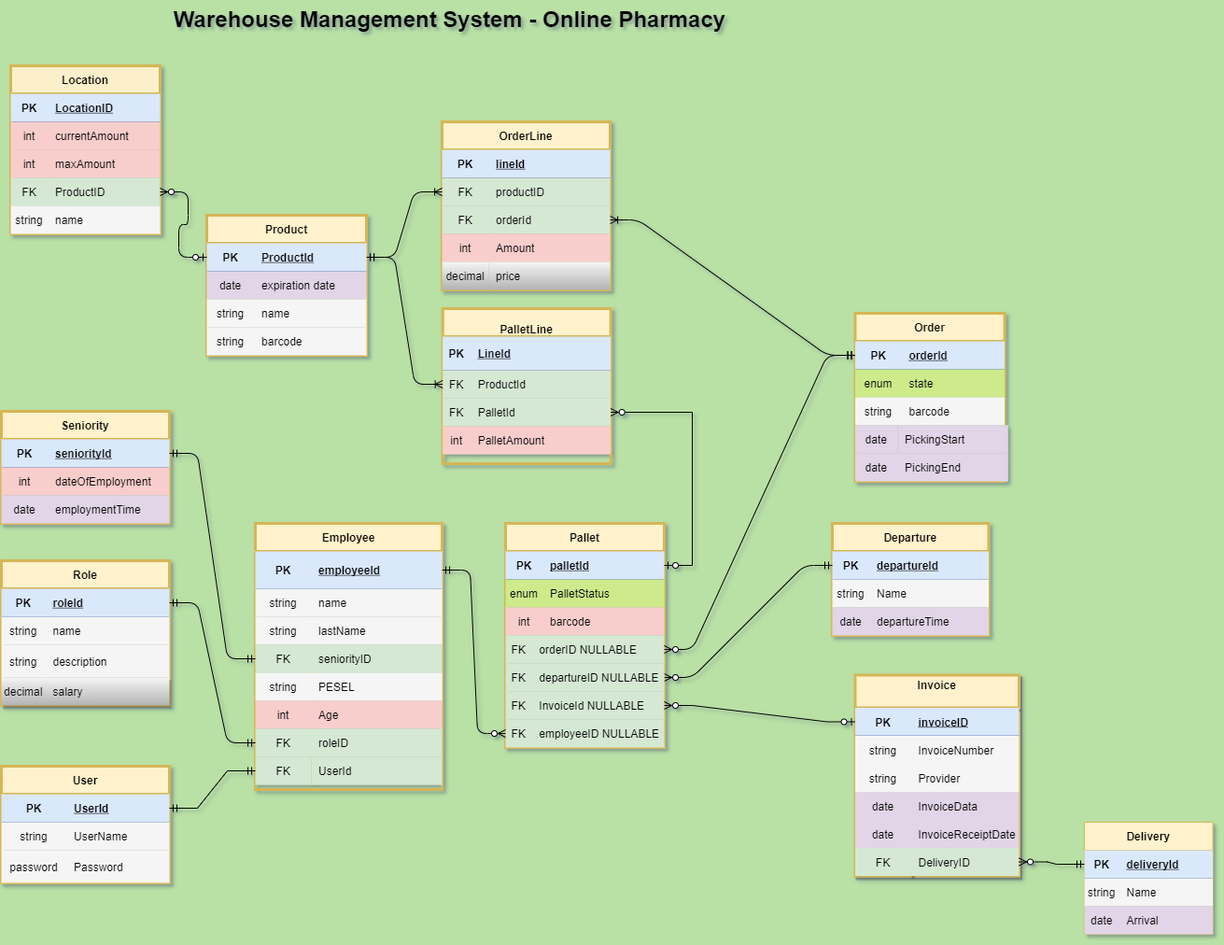
The draw.io diagram ProjectPlan/wms-database-final.png in dgaweda/warehouse-management-system, before a commit. Source tidied: cells renumbered, new cells last; positions are measured from the earlier drawing's top-left corner, leaving out a move shared by most shapes.
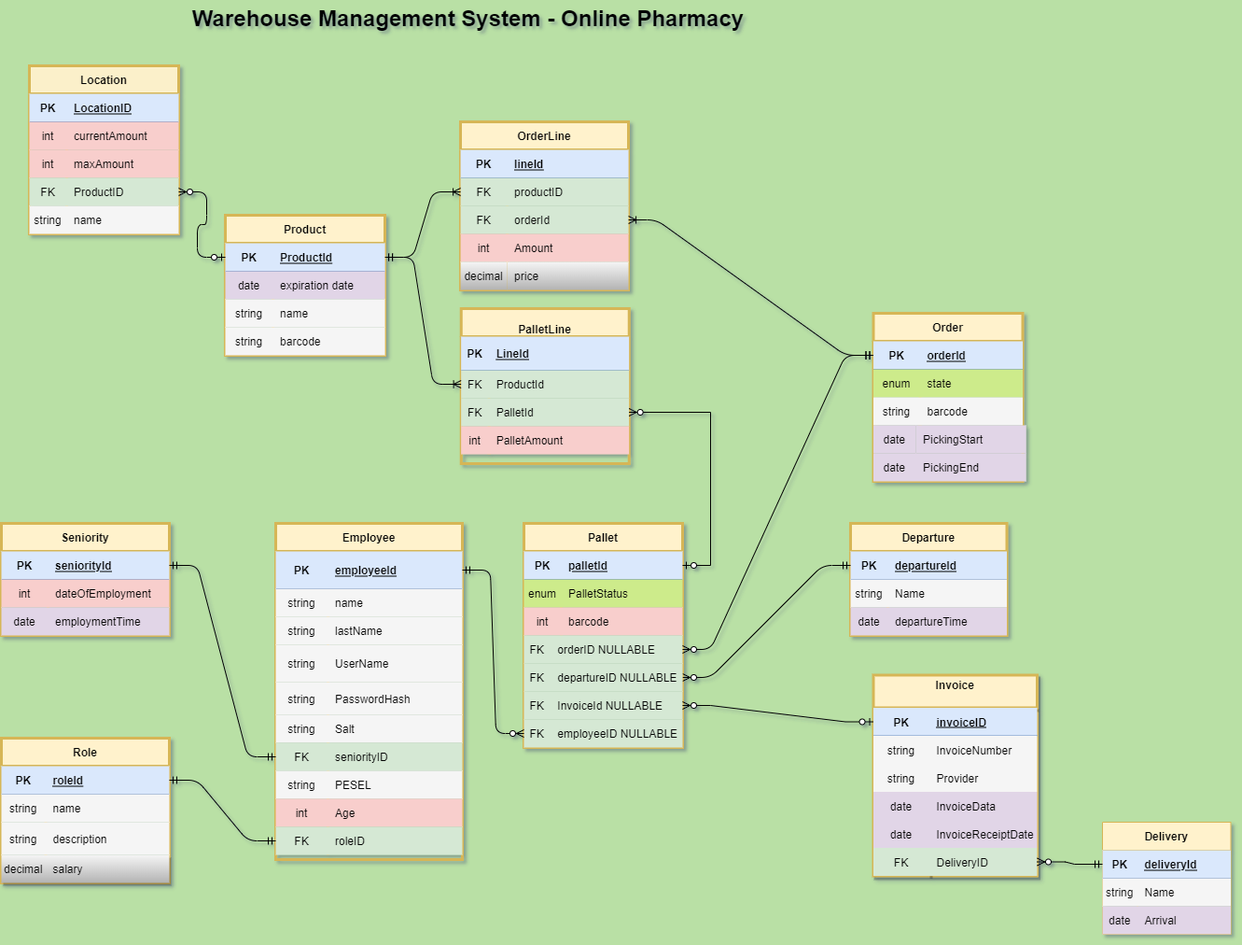
The same diagram one commit later.

Commit message:
Naming Changes + Db Schema update

Change to the diagram source:
```diff
@@ -6,7 +6,7 @@
       <mxGeometry x="430" width="100" height="40" as="geometry" />
     </mxCell>
     <mxCell id="3" value="Role" style="shape=table;startSize=30;rowLines=0;fontStyle=1;align=center;fillColor=#fff2cc;strokeColor=#d6b656;strokeWidth=3;" parent="1" vertex="1">
-      <mxGeometry y="600" width="180" height="155" as="geometry" />
+      <mxGeometry x="-20" y="790" width="180" height="155" as="geometry" />
     </mxCell>
     <mxCell id="4" style="shape=partialRectangle;fillColor=#dae8fc;top=0;left=0;bottom=1;right=0;points=[[0,0.5],[1,0.5]];portConstraint=eastwest;strokeColor=#6c8ebf;" parent="3" vertex="1">
       <mxGeometry y="30" width="180" height="30" as="geometry" />
@@ -105,80 +105,98 @@
       <mxGeometry x="40" width="127.5" height="30" as="geometry" />
     </mxCell>
     <mxCell id="36" value="Employee" style="shape=table;startSize=30;rowLines=0;fontStyle=1;align=center;fillColor=#fff2cc;strokeColor=#d6b656;strokeWidth=3;" parent="1" vertex="1">
-      <mxGeometry x="272.1" y="560" width="200" height="285" as="geometry" />
+      <mxGeometry x="274" y="560" width="200" height="360" as="geometry" />
     </mxCell>
     <mxCell id="37" style="shape=partialRectangle;fillColor=#dae8fc;top=0;left=0;bottom=1;right=0;points=[[0,0.5],[1,0.5]];portConstraint=eastwest;strokeColor=#6c8ebf;" parent="36" vertex="1">
       <mxGeometry y="30" width="200" height="40" as="geometry" />
     </mxCell>
     <mxCell id="38" value="PK" style="shape=partialRectangle;fillColor=none;top=0;left=0;bottom=0;right=0;fontStyle=1;overflow=hidden;" parent="37" vertex="1">
-      <mxGeometry width="60" height="40" as="geometry" />
+      <mxGeometry width="56" height="40" as="geometry" />
     </mxCell>
     <mxCell id="39" value="employeeId" style="shape=partialRectangle;fillColor=none;top=0;left=0;bottom=0;right=0;align=left;spacingLeft=6;fontStyle=5;overflow=hidden;" parent="37" vertex="1">
-      <mxGeometry x="60" width="140" height="40" as="geometry" />
+      <mxGeometry x="56" width="144" height="40" as="geometry" />
     </mxCell>
     <mxCell id="40" style="shape=partialRectangle;fillColor=#f5f5f5;top=0;left=0;bottom=0;right=0;strokeColor=#666666;fontColor=#333333;" parent="36" vertex="1">
       <mxGeometry y="70" width="200" height="30" as="geometry" />
     </mxCell>
     <mxCell id="41" value="string" style="shape=partialRectangle;fillColor=none;top=0;left=0;bottom=0;right=0;overflow=hidden;" parent="40" vertex="1">
-      <mxGeometry width="60" height="30" as="geometry" />
+      <mxGeometry width="56" height="30" as="geometry" />
     </mxCell>
     <mxCell id="42" value="name" style="shape=partialRectangle;fillColor=none;top=0;left=0;bottom=0;right=0;align=left;spacingLeft=6;overflow=hidden;" parent="40" vertex="1">
-      <mxGeometry x="60" width="140" height="30" as="geometry" />
+      <mxGeometry x="56" width="144" height="30" as="geometry" />
     </mxCell>
     <mxCell id="43" style="shape=partialRectangle;fillColor=#f5f5f5;top=0;left=0;bottom=0;right=0;strokeColor=#666666;fontColor=#333333;" parent="36" vertex="1">
       <mxGeometry y="100" width="200" height="30" as="geometry" />
     </mxCell>
     <mxCell id="44" value="string" style="shape=partialRectangle;fillColor=none;top=0;left=0;bottom=0;right=0;overflow=hidden;" parent="43" vertex="1">
-      <mxGeometry width="60" height="30" as="geometry" />
+      <mxGeometry width="56" height="30" as="geometry" />
     </mxCell>
     <mxCell id="45" value="lastName" style="shape=partialRectangle;fillColor=none;top=0;left=0;bottom=0;right=0;align=left;spacingLeft=6;overflow=hidden;" parent="43" vertex="1">
-      <mxGeometry x="60" width="140" height="30" as="geometry" />
+      <mxGeometry x="56" width="144" height="30" as="geometry" />
     </mxCell>
+    <mxCell id="204" style="shape=partialRectangle;fillColor=#f5f5f5;top=0;left=0;bottom=0;right=0;strokeColor=#666666;fontColor=#333333;" parent="36" vertex="1">
+      <mxGeometry y="130" width="200" height="40" as="geometry" />
+    </mxCell>
+    <mxCell id="205" value="string" style="shape=partialRectangle;fillColor=none;top=0;left=0;bottom=0;right=0;overflow=hidden;" parent="204" vertex="1">
+      <mxGeometry width="56" height="40" as="geometry" />
+    </mxCell>
+    <mxCell id="206" value="UserName" style="shape=partialRectangle;fillColor=none;top=0;left=0;bottom=0;right=0;align=left;spacingLeft=6;overflow=hidden;" parent="204" vertex="1">
+      <mxGeometry x="56" width="144" height="40" as="geometry" />
+    </mxCell>
+    <mxCell id="207" style="shape=partialRectangle;fillColor=#f5f5f5;top=0;left=0;bottom=0;right=0;strokeColor=#666666;fontColor=#333333;" parent="36" vertex="1">
+      <mxGeometry y="170" width="200" height="35" as="geometry" />
+    </mxCell>
+    <mxCell id="208" value="string" style="shape=partialRectangle;fillColor=none;top=0;left=0;bottom=0;right=0;overflow=hidden;" parent="207" vertex="1">
+      <mxGeometry width="56" height="35" as="geometry" />
+    </mxCell>
+    <mxCell id="209" value="PasswordHash" style="shape=partialRectangle;fillColor=none;top=0;left=0;bottom=0;right=0;align=left;spacingLeft=6;overflow=hidden;" parent="207" vertex="1">
+      <mxGeometry x="56" width="144" height="35" as="geometry" />
+    </mxCell>
+    <mxCell id="211" style="shape=partialRectangle;top=0;left=0;bottom=0;right=0;fillColor=#f5f5f5;fontColor=#333333;strokeColor=#666666;" parent="36" vertex="1">
+      <mxGeometry y="205" width="200" height="30" as="geometry" />
+    </mxCell>
+    <mxCell id="212" value="string" style="shape=partialRectangle;fillColor=none;top=0;left=0;bottom=0;right=0;overflow=hidden;" parent="211" vertex="1">
+      <mxGeometry width="56" height="30" as="geometry" />
+    </mxCell>
+    <mxCell id="213" value="Salt" style="shape=partialRectangle;fillColor=none;top=0;left=0;bottom=0;right=0;align=left;spacingLeft=6;overflow=hidden;" parent="211" vertex="1">
+      <mxGeometry x="56" width="144" height="30" as="geometry" />
+    </mxCell>
     <mxCell id="46" style="shape=partialRectangle;fillColor=#d5e8d4;top=0;left=0;bottom=0;right=0;points=[[0,0.5],[1,0.5]];portConstraint=eastwest;strokeColor=#82b366;" parent="36" vertex="1">
-      <mxGeometry y="130" width="200" height="30" as="geometry" />
+      <mxGeometry y="235" width="200" height="30" as="geometry" />
     </mxCell>
     <mxCell id="47" value="FK" style="shape=partialRectangle;fillColor=none;top=0;left=0;bottom=0;right=0;fontStyle=0;overflow=hidden;" parent="46" vertex="1">
-      <mxGeometry width="60" height="30" as="geometry" />
+      <mxGeometry width="56" height="30" as="geometry" />
     </mxCell>
     <mxCell id="48" value="seniorityID" style="shape=partialRectangle;fillColor=none;top=0;left=0;bottom=0;right=0;align=left;spacingLeft=6;fontStyle=0;overflow=hidden;" parent="46" vertex="1">
-      <mxGeometry x="60" width="140" height="30" as="geometry" />
+      <mxGeometry x="56" width="144" height="30" as="geometry" />
     </mxCell>
     <mxCell id="49" style="shape=partialRectangle;fillColor=#f5f5f5;top=0;left=0;bottom=0;right=0;strokeColor=#666666;fontColor=#333333;" parent="36" vertex="1">
-      <mxGeometry y="160" width="200" height="30" as="geometry" />
+      <mxGeometry y="265" width="200" height="30" as="geometry" />
     </mxCell>
     <mxCell id="50" value="string" style="shape=partialRectangle;fillColor=none;top=0;left=0;bottom=0;right=0;fontStyle=0;overflow=hidden;" parent="49" vertex="1">
-      <mxGeometry width="60" height="30" as="geometry" />
+      <mxGeometry width="56" height="30" as="geometry" />
     </mxCell>
     <mxCell id="51" value="PESEL" style="shape=partialRectangle;fillColor=none;top=0;left=0;bottom=0;right=0;align=left;spacingLeft=6;fontStyle=0;overflow=hidden;" parent="49" vertex="1">
-      <mxGeometry x="60" width="140" height="30" as="geometry" />
+      <mxGeometry x="56" width="144" height="30" as="geometry" />
     </mxCell>
     <mxCell id="52" style="shape=partialRectangle;fillColor=#f8cecc;top=0;left=0;bottom=0;right=0;strokeColor=#b85450;" parent="36" vertex="1">
-      <mxGeometry y="190" width="200" height="30" as="geometry" />
+      <mxGeometry y="295" width="200" height="30" as="geometry" />
     </mxCell>
     <mxCell id="53" value="int" style="shape=partialRectangle;fillColor=none;top=0;left=0;bottom=0;right=0;fontStyle=0;overflow=hidden;" parent="52" vertex="1">
-      <mxGeometry width="60" height="30" as="geometry" />
+      <mxGeometry width="56" height="30" as="geometry" />
     </mxCell>
     <mxCell id="54" value="Age" style="shape=partialRectangle;fillColor=none;top=0;left=0;bottom=0;right=0;align=left;spacingLeft=6;fontStyle=0;overflow=hidden;" parent="52" vertex="1">
-      <mxGeometry x="60" width="140" height="30" as="geometry" />
+      <mxGeometry x="56" width="144" height="30" as="geometry" />
     </mxCell>
     <mxCell id="55" style="shape=partialRectangle;fillColor=#d5e8d4;top=0;left=0;bottom=0;right=0;points=[[0,0.5],[1,0.5]];portConstraint=eastwest;strokeColor=#82b366;" parent="36" vertex="1">
-      <mxGeometry y="220" width="200" height="30" as="geometry" />
+      <mxGeometry y="325" width="200" height="30" as="geometry" />
     </mxCell>
     <mxCell id="56" value="FK" style="shape=partialRectangle;fillColor=none;top=0;left=0;bottom=0;right=0;fontStyle=0;overflow=hidden;" parent="55" vertex="1">
-      <mxGeometry width="60" height="30" as="geometry" />
+      <mxGeometry width="56" height="30" as="geometry" />
     </mxCell>
     <mxCell id="57" value="roleID" style="shape=partialRectangle;fillColor=none;top=0;left=0;bottom=0;right=0;align=left;spacingLeft=6;fontStyle=0;overflow=hidden;" parent="55" vertex="1">
-      <mxGeometry x="60" width="140" height="30" as="geometry" />
+      <mxGeometry x="56" width="144" height="30" as="geometry" />
     </mxCell>
-    <mxCell id="58" style="shape=partialRectangle;fillColor=none;top=0;left=0;bottom=0;right=0;points=[[0,0.5],[1,0.5]];portConstraint=eastwest;" parent="36" vertex="1">
-      <mxGeometry y="250" width="200" height="30" as="geometry" />
-    </mxCell>
-    <mxCell id="59" value="FK" style="shape=partialRectangle;fillColor=#d5e8d4;top=0;left=0;bottom=0;right=0;fontStyle=0;overflow=hidden;strokeColor=#82b366;" parent="58" vertex="1">
-      <mxGeometry width="60" height="30" as="geometry" />
-    </mxCell>
-    <mxCell id="60" value="UserId" style="shape=partialRectangle;fillColor=#d5e8d4;top=0;left=0;bottom=0;right=0;align=left;spacingLeft=6;fontStyle=0;overflow=hidden;strokeColor=#82b366;" parent="58" vertex="1">
-      <mxGeometry x="60" width="140" height="30" as="geometry" />
-    </mxCell>
     <mxCell id="61" value="Pallet" style="shape=table;startSize=30;rowLines=0;fontStyle=1;align=center;fillColor=#fff2cc;strokeColor=#d6b656;strokeWidth=3;" parent="1" vertex="1">
       <mxGeometry x="540" y="560" width="170" height="240" as="geometry" />
     </mxCell>
@@ -261,7 +279,7 @@
       <mxGeometry x="150" y="470" width="180" height="30" as="geometry" />
     </mxCell>
     <mxCell id="88" value="Seniority" style="shape=table;startSize=30;rowLines=0;fontStyle=1;align=center;fillColor=#fff2cc;strokeColor=#d6b656;strokeWidth=3;" parent="1" vertex="1">
-      <mxGeometry y="440" width="180" height="120" as="geometry" />
+      <mxGeometry x="-20" y="560" width="180" height="120" as="geometry" />
     </mxCell>
     <mxCell id="89" style="shape=partialRectangle;fillColor=#dae8fc;top=0;left=0;bottom=1;right=0;points=[[0,0.5],[1,0.5]];portConstraint=eastwest;strokeColor=#6c8ebf;" parent="88" vertex="1">
       <mxGeometry y="30" width="180" height="30" as="geometry" />
@@ -596,38 +614,5 @@
     <mxCell id="199" style="edgeStyle=entityRelationEdgeStyle;fontSize=12;html=1;endArrow=ERoneToMany;startArrow=ERmandOne;" parent="1" edge="1" source="151" target="168">
       <mxGeometry relative="1" as="geometry" />
     </mxCell>
-    <mxCell id="200" value="User" style="shape=table;startSize=30;rowLines=0;fontStyle=1;align=center;fillColor=#fff2cc;strokeColor=#d6b656;strokeWidth=3;" parent="1" vertex="1">
-      <mxGeometry y="820" width="180" height="125" as="geometry" />
-    </mxCell>
-    <mxCell id="201" style="shape=partialRectangle;fillColor=#dae8fc;top=0;left=0;bottom=1;right=0;points=[[0,0.5],[1,0.5]];portConstraint=eastwest;strokeColor=#6c8ebf;" parent="200" vertex="1">
-      <mxGeometry y="30" width="180" height="30" as="geometry" />
-    </mxCell>
-    <mxCell id="202" value="PK" style="shape=partialRectangle;fillColor=none;top=0;left=0;bottom=0;right=0;fontStyle=1;overflow=hidden;" parent="201" vertex="1">
-      <mxGeometry width="70" height="30" as="geometry" />
-    </mxCell>
-    <mxCell id="203" value="UserId" style="shape=partialRectangle;fillColor=none;top=0;left=0;bottom=0;right=0;align=left;spacingLeft=6;fontStyle=5;overflow=hidden;" parent="201" vertex="1">
-      <mxGeometry x="70" width="110" height="30" as="geometry" />
-    </mxCell>
-    <mxCell id="204" style="shape=partialRectangle;fillColor=#f5f5f5;top=0;left=0;bottom=0;right=0;strokeColor=#666666;fontColor=#333333;" parent="200" vertex="1">
-      <mxGeometry y="60" width="180" height="30" as="geometry" />
-    </mxCell>
-    <mxCell id="205" value="string" style="shape=partialRectangle;fillColor=none;top=0;left=0;bottom=0;right=0;overflow=hidden;" parent="204" vertex="1">
-      <mxGeometry width="70" height="30" as="geometry" />
-    </mxCell>
-    <mxCell id="206" value="UserName" style="shape=partialRectangle;fillColor=none;top=0;left=0;bottom=0;right=0;align=left;spacingLeft=6;overflow=hidden;" parent="204" vertex="1">
-      <mxGeometry x="70" width="110" height="30" as="geometry" />
-    </mxCell>
-    <mxCell id="207" style="shape=partialRectangle;fillColor=#f5f5f5;top=0;left=0;bottom=0;right=0;strokeColor=#666666;fontColor=#333333;" parent="200" vertex="1">
-      <mxGeometry y="90" width="180" height="35" as="geometry" />
-    </mxCell>
-    <mxCell id="208" value="password" style="shape=partialRectangle;fillColor=none;top=0;left=0;bottom=0;right=0;overflow=hidden;" parent="207" vertex="1">
-      <mxGeometry width="70" height="35" as="geometry" />
-    </mxCell>
-    <mxCell id="209" value="Password" style="shape=partialRectangle;fillColor=none;top=0;left=0;bottom=0;right=0;align=left;spacingLeft=6;overflow=hidden;" parent="207" vertex="1">
-      <mxGeometry x="70" width="110" height="35" as="geometry" />
-    </mxCell>
-    <mxCell id="210" style="edgeStyle=entityRelationEdgeStyle;fontSize=12;html=1;endArrow=ERmandOne;startArrow=ERmandOne;rounded=0;" parent="1" edge="1" source="201" target="58">
-      <mxGeometry relative="1" as="geometry" />
-    </mxCell>
   </root>
 </mxGraphModel>
```
